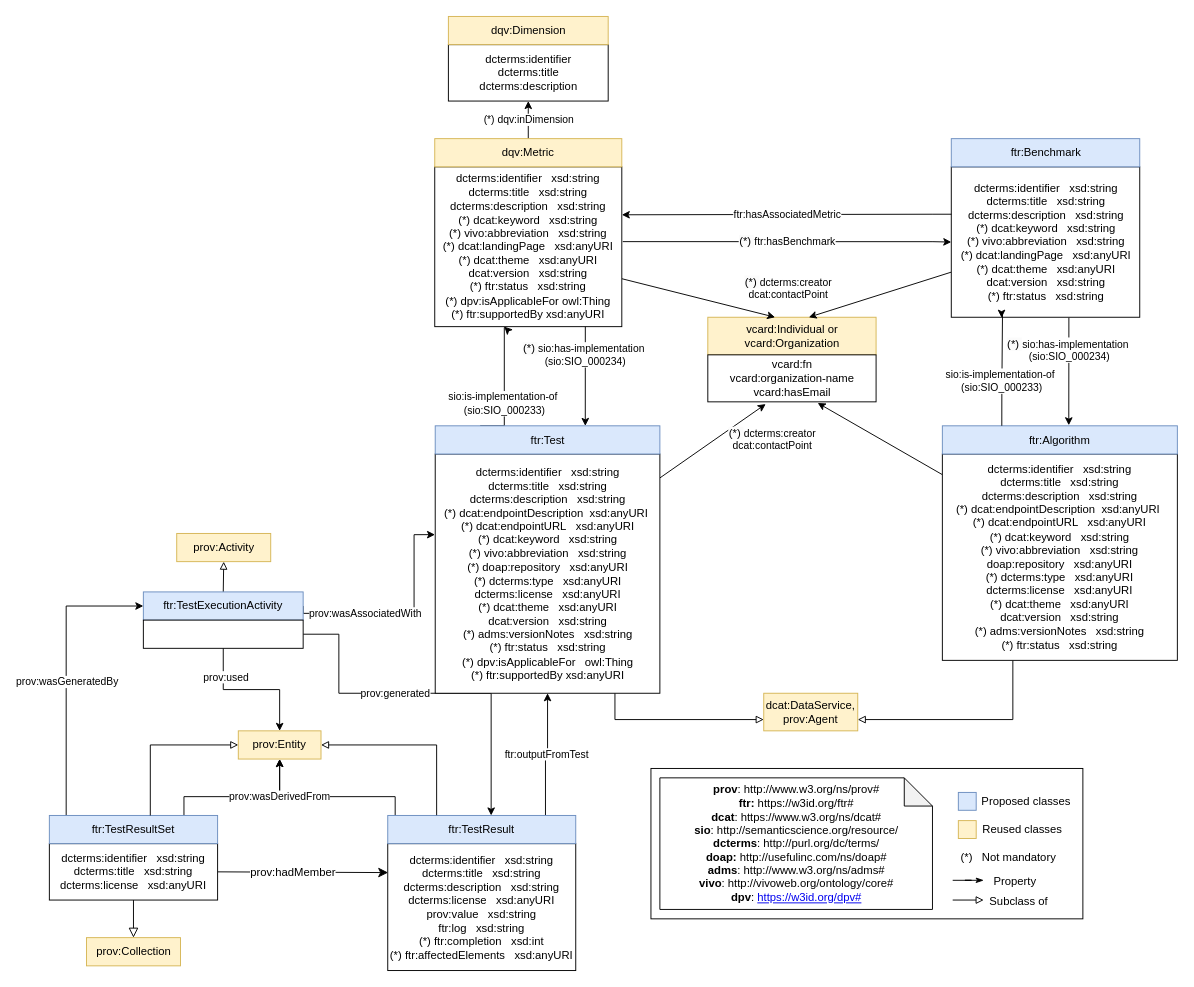
Earlier version of the draw.io diagram release/1.1.0/img/FAIRTestResult_diagram_v10.drawio (OSTrails/FAIR_assessment_output_specification). Source tidied: cells renumbered, new cells numbered last; positions are measured from the earlier drawing's top-left corner, leaving out a move shared by most shapes. Both pictures are drawn from the tidied source at 94%, with x=0, y=0 at pixel (49, 16).
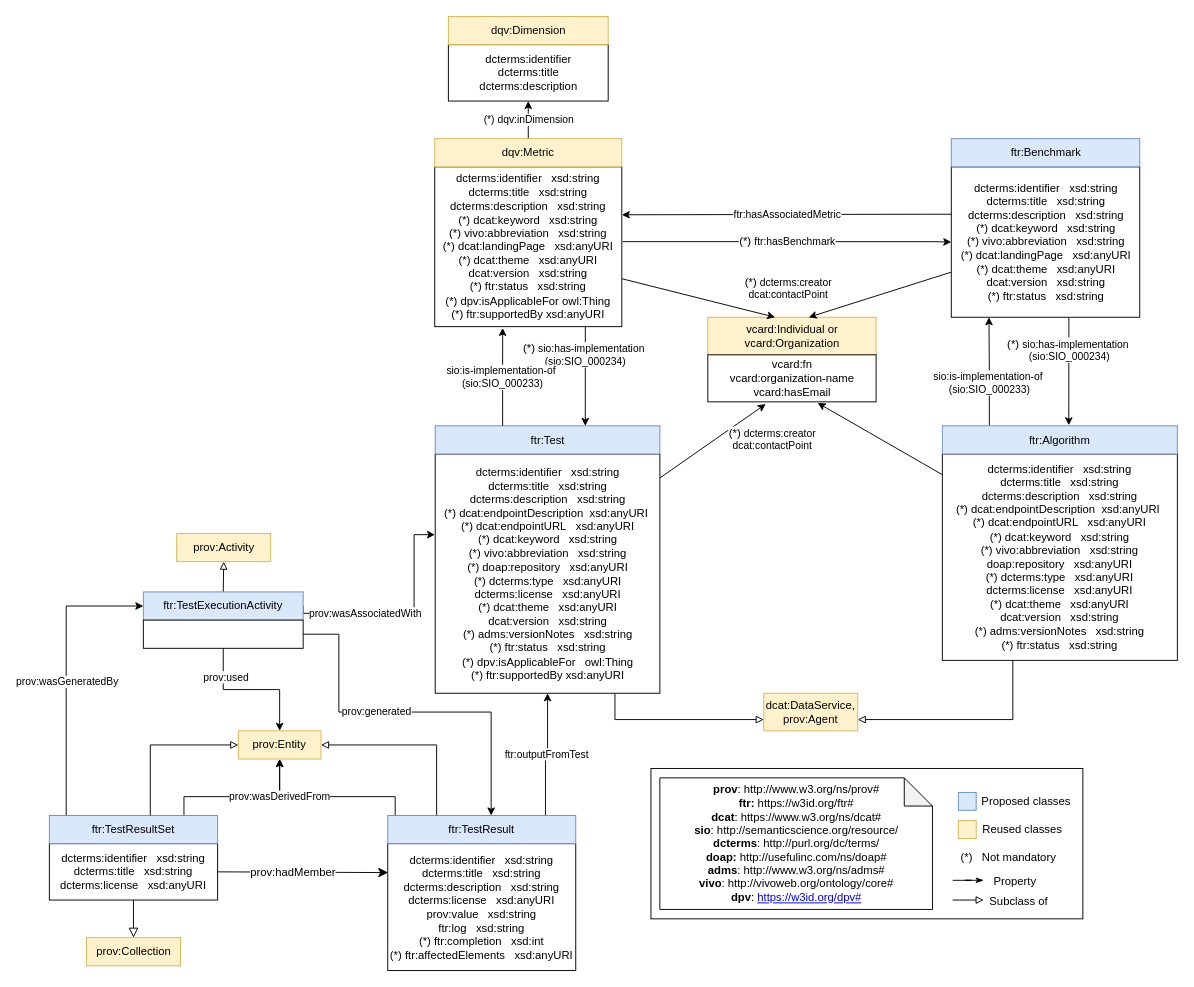
The same page after the edit.

The change refers to these unchanged cells:
```xml
<mxCell id="24" style="rounded=0;whiteSpace=wrap;html=1;snapToPoint=1;points=[[0.1,0],[0.2,0],[0.3,0],[0.4,0],[0.5,0],[0.6,0],[0.7,0],[0.8,0],[0.9,0],[0,0.1],[0,0.3],[0,0.5],[0,0.7],[0,0.9],[0.1,1],[0.2,1],[0.3,1],[0.4,1],[0.5,1],[0.6,1],[0.7,1],[0.8,1],[0.9,1],[1,0.1],[1,0.3],[1,0.5],[1,0.7],[1,0.9]];" parent="1" vertex="1">
  <mxGeometry x="100" y="642.2" width="170" height="30" as="geometry" />
</mxCell>
<mxCell id="33" value="ftr:Test" style="rounded=0;whiteSpace=wrap;html=1;snapToPoint=1;points=[[0.1,0],[0.2,0],[0.3,0],[0.4,0],[0.5,0],[0.6,0],[0.7,0],[0.8,0],[0.9,0],[0,0.1],[0,0.3],[0,0.5],[0,0.7],[0,0.9],[0.1,1],[0.2,1],[0.3,1],[0.4,1],[0.5,1],[0.6,1],[0.7,1],[0.8,1],[0.9,1],[1,0.1],[1,0.3],[1,0.5],[1,0.7],[1,0.9]];fillColor=#dae8fc;strokeColor=#6c8ebf;" parent="1" vertex="1">
  <mxGeometry x="410.5" y="435.5" width="239" height="30" as="geometry" />
</mxCell>
<mxCell id="38" value="&lt;span style=&quot;text-decoration-skip-ink: none;&quot;&gt;&lt;div&gt;dcterms:identifier&amp;nbsp; &amp;nbsp;&lt;span style=&quot;background-color: transparent; color: light-dark(rgb(0, 0, 0), rgb(255, 255, 255));&quot;&gt;xsd:string&lt;/span&gt;&lt;/div&gt;&lt;div&gt;&lt;span style=&quot;background-color: initial;&quot;&gt;dcterms:title&amp;nbsp; &amp;nbsp;xsd:string&lt;/span&gt;&lt;br&gt;&lt;/div&gt;&lt;div&gt;dcterms:description&amp;nbsp; &amp;nbsp;&lt;span style=&quot;background-color: transparent; color: light-dark(rgb(0, 0, 0), rgb(255, 255, 255));&quot;&gt;xsd:string&lt;/span&gt;&lt;/div&gt;&lt;div&gt;&lt;span style=&quot;background-color: transparent; color: light-dark(rgb(0, 0, 0), rgb(255, 255, 255));&quot;&gt;(*)&lt;/span&gt;&lt;span style=&quot;background-color: transparent; color: light-dark(rgb(0, 0, 0), rgb(255, 255, 255));&quot;&gt;&amp;nbsp;&lt;/span&gt;dcat:keyword&amp;nbsp; &amp;nbsp;&lt;span style=&quot;background-color: transparent; color: light-dark(rgb(0, 0, 0), rgb(255, 255, 255));&quot;&gt;xsd:string&lt;/span&gt;&lt;/div&gt;&lt;div&gt;&lt;span style=&quot;background-color: transparent; color: light-dark(rgb(0, 0, 0), rgb(255, 255, 255));&quot;&gt;(*)&lt;/span&gt;&lt;span style=&quot;background-color: transparent; color: light-dark(rgb(0, 0, 0), rgb(255, 255, 255));&quot;&gt;&amp;nbsp;&lt;/span&gt;vivo:abbreviation&amp;nbsp; &amp;nbsp;&lt;span style=&quot;background-color: transparent; color: light-dark(rgb(0, 0, 0), rgb(255, 255, 255));&quot;&gt;xsd:string&lt;/span&gt;&lt;/div&gt;&lt;div&gt;&lt;span style=&quot;background-color: transparent; color: light-dark(rgb(0, 0, 0), rgb(255, 255, 255));&quot;&gt;(*)&lt;/span&gt;&lt;span style=&quot;background-color: transparent; color: light-dark(rgb(0, 0, 0), rgb(255, 255, 255));&quot;&gt;&amp;nbsp;&lt;/span&gt;dcat:landingPage&amp;nbsp; &amp;nbsp;xsd:anyURI&lt;/div&gt;&lt;div&gt;&lt;div&gt;&lt;span style=&quot;background-color: transparent; color: light-dark(rgb(0, 0, 0), rgb(255, 255, 255));&quot;&gt;(*)&lt;/span&gt;&lt;span style=&quot;background-color: transparent; color: light-dark(rgb(0, 0, 0), rgb(255, 255, 255));&quot;&gt;&amp;nbsp;&lt;/span&gt;dcat:theme&amp;nbsp; &amp;nbsp;xsd:anyURI&lt;/div&gt;&lt;div&gt;dcat:version&amp;nbsp; &amp;nbsp;&lt;span style=&quot;background-color: transparent; color: light-dark(rgb(0, 0, 0), rgb(255, 255, 255));&quot;&gt;xsd:string&lt;/span&gt;&lt;/div&gt;&lt;div&gt;&lt;span style=&quot;color: light-dark(rgb(0, 0, 0), rgb(255, 255, 255)); background-color: transparent;&quot;&gt;(*)&lt;/span&gt;&lt;span style=&quot;color: light-dark(rgb(0, 0, 0), rgb(255, 255, 255)); background-color: transparent;&quot;&gt;&amp;nbsp;&lt;/span&gt;&lt;font face=&quot;Arial&quot;&gt;ftr:status&amp;nbsp; &amp;nbsp;xsd:string&lt;/font&gt;&lt;/div&gt;&lt;div&gt;&lt;font face=&quot;Arial&quot;&gt;(*) dpv:isApplicableFor owl:Thing&lt;br&gt;&lt;/font&gt;&lt;/div&gt;&lt;div&gt;&lt;span style=&quot;text-decoration-skip-ink: none;&quot;&gt;&lt;font face=&quot;Arial&quot;&gt;(*) ftr:supportedBy xsd:anyURI&lt;/font&gt;&lt;/span&gt;&lt;/div&gt;&lt;/div&gt;&lt;/span&gt;" style="rounded=0;whiteSpace=wrap;html=1;snapToPoint=1;points=[[0.1,0],[0.2,0],[0.3,0],[0.4,0],[0.5,0],[0.6,0],[0.7,0],[0.8,0],[0.9,0],[0,0.1],[0,0.3],[0,0.5],[0,0.7],[0,0.9],[0.1,1],[0.2,1],[0.3,1],[0.4,1],[0.5,1],[0.6,1],[0.7,1],[0.8,1],[0.9,1],[1,0.1],[1,0.3],[1,0.5],[1,0.7],[1,0.9]];" parent="1" vertex="1">
  <mxGeometry x="410" y="160" width="199" height="170" as="geometry" />
</mxCell>
<mxCell id="42" value="&lt;span style=&quot;text-decoration-skip-ink: none;&quot;&gt;&lt;div&gt;dcterms:identifier&amp;nbsp; &amp;nbsp;&lt;span style=&quot;background-color: transparent; color: light-dark(rgb(0, 0, 0), rgb(255, 255, 255));&quot;&gt;xsd:string&lt;/span&gt;&lt;/div&gt;&lt;div&gt;&lt;span style=&quot;background-color: initial;&quot;&gt;dcterms:title&amp;nbsp; &amp;nbsp;xsd:string&lt;/span&gt;&lt;br&gt;&lt;/div&gt;&lt;div&gt;dcterms:description&amp;nbsp; &amp;nbsp;&lt;span style=&quot;background-color: transparent; color: light-dark(rgb(0, 0, 0), rgb(255, 255, 255));&quot;&gt;xsd:string&lt;/span&gt;&lt;/div&gt;&lt;div&gt;&lt;span style=&quot;background-color: transparent; color: light-dark(rgb(0, 0, 0), rgb(255, 255, 255));&quot;&gt;(*)&lt;/span&gt;&lt;span style=&quot;background-color: transparent; color: light-dark(rgb(0, 0, 0), rgb(255, 255, 255));&quot;&gt;&amp;nbsp;&lt;/span&gt;dcat:keyword&amp;nbsp; &amp;nbsp;&lt;span style=&quot;background-color: transparent; color: light-dark(rgb(0, 0, 0), rgb(255, 255, 255));&quot;&gt;xsd:string&lt;/span&gt;&lt;/div&gt;&lt;div&gt;&lt;span style=&quot;background-color: transparent; color: light-dark(rgb(0, 0, 0), rgb(255, 255, 255));&quot;&gt;(*)&lt;/span&gt;&lt;span style=&quot;background-color: transparent; color: light-dark(rgb(0, 0, 0), rgb(255, 255, 255));&quot;&gt;&amp;nbsp;&lt;/span&gt;vivo:abbreviation&amp;nbsp; &amp;nbsp;&lt;span style=&quot;background-color: transparent; color: light-dark(rgb(0, 0, 0), rgb(255, 255, 255));&quot;&gt;xsd:string&lt;/span&gt;&lt;/div&gt;&lt;div&gt;&lt;span style=&quot;background-color: transparent; color: light-dark(rgb(0, 0, 0), rgb(255, 255, 255));&quot;&gt;(*)&lt;/span&gt;&lt;span style=&quot;background-color: transparent; color: light-dark(rgb(0, 0, 0), rgb(255, 255, 255));&quot;&gt;&amp;nbsp;&lt;/span&gt;dcat:landingPage&amp;nbsp; &amp;nbsp;xsd:anyURI&lt;/div&gt;&lt;div&gt;&lt;div&gt;&lt;span style=&quot;background-color: transparent; color: light-dark(rgb(0, 0, 0), rgb(255, 255, 255));&quot;&gt;(*)&lt;/span&gt;&lt;span style=&quot;background-color: transparent; color: light-dark(rgb(0, 0, 0), rgb(255, 255, 255));&quot;&gt;&amp;nbsp;&lt;/span&gt;dcat:theme&amp;nbsp; &amp;nbsp;xsd:anyURI&lt;/div&gt;&lt;div&gt;dcat:version&amp;nbsp; &amp;nbsp;&lt;span style=&quot;background-color: transparent; color: light-dark(rgb(0, 0, 0), rgb(255, 255, 255));&quot;&gt;xsd:string&lt;/span&gt;&lt;/div&gt;&lt;div&gt;&lt;span style=&quot;color: light-dark(rgb(0, 0, 0), rgb(255, 255, 255)); background-color: transparent;&quot;&gt;(*)&lt;/span&gt;&lt;span style=&quot;color: light-dark(rgb(0, 0, 0), rgb(255, 255, 255)); background-color: transparent;&quot;&gt;&amp;nbsp;&lt;/span&gt;&lt;font face=&quot;Arial&quot;&gt;ftr:status&amp;nbsp; &amp;nbsp;xsd:string&lt;/font&gt;&lt;/div&gt;&lt;/div&gt;&lt;/span&gt;" style="rounded=0;whiteSpace=wrap;html=1;snapToPoint=1;points=[[0.1,0],[0.2,0],[0.3,0],[0.4,0],[0.5,0],[0.6,0],[0.7,0],[0.8,0],[0.9,0],[0,0.1],[0,0.3],[0,0.5],[0,0.7],[0,0.9],[0.1,1],[0.2,1],[0.3,1],[0.4,1],[0.5,1],[0.6,1],[0.7,1],[0.8,1],[0.9,1],[1,0.1],[1,0.3],[1,0.5],[1,0.7],[1,0.9]];" parent="1" vertex="1">
  <mxGeometry x="959.5" y="160" width="200.5" height="160" as="geometry" />
</mxCell>
<mxCell id="49" value="ftr:Algorithm" style="rounded=0;whiteSpace=wrap;html=1;snapToPoint=1;points=[[0.1,0],[0.2,0],[0.3,0],[0.4,0],[0.5,0],[0.6,0],[0.7,0],[0.8,0],[0.9,0],[0,0.1],[0,0.3],[0,0.5],[0,0.7],[0,0.9],[0.1,1],[0.2,1],[0.3,1],[0.4,1],[0.5,1],[0.6,1],[0.7,1],[0.8,1],[0.9,1],[1,0.1],[1,0.3],[1,0.5],[1,0.7],[1,0.9]];fillColor=#dae8fc;strokeColor=#6c8ebf;" parent="1" vertex="1">
  <mxGeometry x="950" y="435.5" width="250" height="30" as="geometry" />
</mxCell>
```

Diff of the diagram source:
```diff
@@
     <mxCell id="17" value="prov:generated" style="edgeStyle=orthogonalEdgeStyle;rounded=0;jettySize=auto;html=1;exitX=1;exitY=0.5;exitDx=0;exitDy=0;" parent="1" edge="1" source="24">
       <mxGeometry x="-0.18" relative="1" as="geometry">
         <mxPoint x="470" y="850" as="targetPoint" />
         <Array as="points">
           <mxPoint x="308" y="657" />
-          <mxPoint x="308" y="720" />
-          <mxPoint x="470" y="720" />
-          <mxPoint x="470" y="850" />
+          <mxPoint x="308" y="740" />
+          <mxPoint x="470" y="740" />
         </Array>
       </mxGeometry>
     </mxCell>
@@
-    <mxCell id="29" value="&lt;div&gt;sio:is-implementation-of&amp;nbsp;&lt;/div&gt;&lt;div&gt;(sio:SIO_000233)&lt;/div&gt;" style="edgeStyle=orthogonalEdgeStyle;rounded=0;jettySize=auto;html=1;exitX=0.2;exitY=0;exitDx=0;exitDy=0;" parent="1" edge="1" source="33">
-      <mxGeometry x="-0.26" relative="1" as="geometry">
-        <mxPoint x="484" y="330" as="targetPoint" />
-        <Array as="points">
-          <mxPoint x="484" y="436" />
-          <mxPoint x="484" y="331" />
-          <mxPoint x="485" y="331" />
-        </Array>
-      </mxGeometry>
-    </mxCell>
@@
+    <mxCell id="52" value="&lt;div&gt;sio:is-implementation-of&amp;nbsp;&lt;/div&gt;&lt;div&gt;(sio:SIO_000233)&lt;/div&gt;" style="edgeStyle=orthogonalEdgeStyle;rounded=0;jettySize=auto;html=1;exitX=0.2;exitY=0;exitDx=0;exitDy=0;entryX=0.2;entryY=1;entryDx=0;entryDy=0;" parent="1" edge="1" source="49" target="42">
+      <mxGeometry x="-0.21" relative="1" as="geometry" />
+    </mxCell>
@@
-    <mxCell id="52" value="&lt;div&gt;sio:is-implementation-of&amp;nbsp;&lt;/div&gt;&lt;div&gt;(sio:SIO_000233)&lt;/div&gt;" style="edgeStyle=orthogonalEdgeStyle;rounded=0;jettySize=auto;html=1;entryX=0.267;entryY=1.003;entryDx=0;entryDy=0;entryPerimeter=0;exitX=0.253;exitY=-0.003;exitDx=0;exitDy=0;exitPerimeter=0;" parent="1" edge="1" source="49" target="42">
-      <mxGeometry x="-0.26" relative="1" as="geometry">
-        <Array as="points">
-          <mxPoint x="1013" y="398" />
-          <mxPoint x="1014" y="398" />
-          <mxPoint x="1014" y="315" />
-        </Array>
-      </mxGeometry>
-    </mxCell>
@@
+    <mxCell id="67" value="&lt;div&gt;sio:is-implementation-of&amp;nbsp;&lt;/div&gt;&lt;div&gt;(sio:SIO_000233)&lt;/div&gt;" style="edgeStyle=orthogonalEdgeStyle;rounded=0;jettySize=auto;html=1;exitX=0.3;exitY=0;exitDx=0;exitDy=0;entryX=0.363;entryY=1.008;entryDx=0;entryDy=0;entryPerimeter=0;" parent="1" edge="1" source="33" target="38">
+      <mxGeometry relative="1" as="geometry" />
+    </mxCell>
```
